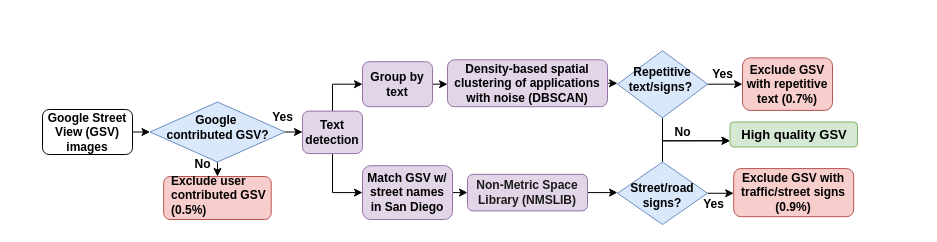
xiaohuiliugis/GoogleVisionAPI_CommunityofMine keeps this draw.io diagram as GSV_image_filtering_3.drawio. Above is the earlier version. Source tidied: cells renumbered, new cells numbered last; positions are measured from the earlier drawing's top-left corner, leaving out a move shared by most shapes. Both pictures are drawn from the tidied source at 100%, with x=0, y=0 at pixel (42, 50).
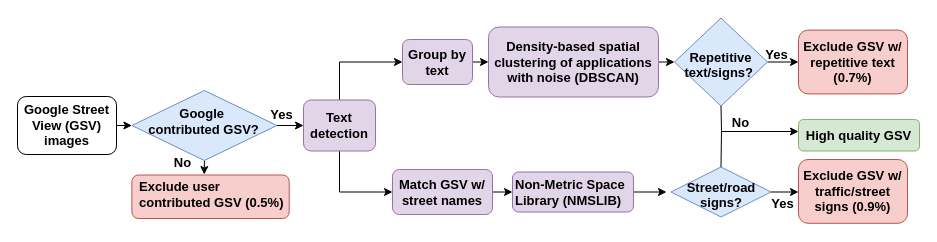
The same diagram, later.

The edit, as a diff of the source:
```diff
@@
-    <mxCell id="2" style="edgeStyle=orthogonalEdgeStyle;rounded=0;jettySize=auto;html=1;exitX=1;exitY=0.5;exitDx=0;exitDy=0;entryX=0;entryY=0.5;entryDx=0;entryDy=0;" parent="1" edge="1" source="3" target="6">
+    <mxCell id="2" style="edgeStyle=orthogonalEdgeStyle;rounded=0;jettySize=auto;html=1;exitX=1;exitY=0.5;exitDx=0;exitDy=0;entryX=0;entryY=0.5;entryDx=0;entryDy=0;fontSize=13;" parent="1" edge="1" source="3" target="6">
       <mxGeometry relative="1" as="geometry" />
     </mxCell>
-    <mxCell id="3" value="&lt;font style=&quot;font-size: 12px&quot;&gt;&lt;span style=&quot;text-align: left&quot;&gt;Google Street View&amp;nbsp;&lt;/span&gt;&lt;span style=&quot;text-align: left&quot;&gt;(GSV)&lt;/span&gt;&lt;span style=&quot;text-align: left&quot;&gt;&lt;br&gt;&amp;nbsp;images&amp;nbsp;&lt;/span&gt;&lt;/font&gt;" style="rounded=1;whiteSpace=wrap;html=1;fontFamily=Helvetica;fontStyle=1;spacing=4;" parent="1" vertex="1">
-      <mxGeometry y="59" width="90" height="45" as="geometry" />
+    <mxCell id="3" value="&lt;span style=&quot;font-size: 13px; text-align: left;&quot;&gt;Google Street View&amp;nbsp;&lt;/span&gt;&lt;span style=&quot;font-size: 13px; text-align: left;&quot;&gt;(GSV)&lt;/span&gt;&lt;span style=&quot;font-size: 13px; text-align: left;&quot;&gt;&lt;br style=&quot;font-size: 13px;&quot;&gt;&amp;nbsp;images&amp;nbsp;&lt;/span&gt;" style="rounded=1;whiteSpace=wrap;html=1;fontFamily=Helvetica;fontStyle=1;spacing=4;fontSize=13;" parent="1" vertex="1">
+      <mxGeometry x="-25" y="46" width="99" height="58" as="geometry" />
     </mxCell>
-    <mxCell id="4" style="edgeStyle=orthogonalEdgeStyle;rounded=0;jettySize=auto;html=1;exitX=0.5;exitY=1;exitDx=0;exitDy=0;entryX=0.5;entryY=0;entryDx=0;entryDy=0;" parent="1" edge="1" source="6" target="7">
-      <mxGeometry relative="1" as="geometry" />
-    </mxCell>
-    <mxCell id="5" style="edgeStyle=orthogonalEdgeStyle;rounded=0;jettySize=auto;html=1;exitX=1;exitY=0.5;exitDx=0;exitDy=0;entryX=0;entryY=0.5;entryDx=0;entryDy=0;" parent="1" edge="1" source="6" target="10">
+    <mxCell id="5" style="edgeStyle=orthogonalEdgeStyle;rounded=0;jettySize=auto;html=1;exitX=1;exitY=0.5;exitDx=0;exitDy=0;entryX=0;entryY=0.5;entryDx=0;entryDy=0;fontSize=13;" parent="1" edge="1" source="6" target="10">
       <mxGeometry relative="1" as="geometry" />
     </mxCell>
+    <mxCell id="33" style="edgeStyle=orthogonalEdgeStyle;rounded=0;jettySize=auto;html=1;exitX=0.5;exitY=1;exitDx=0;exitDy=0;fontSize=13;" parent="1" edge="1" source="6">
+      <mxGeometry relative="1" as="geometry">
+        <mxPoint x="161.7" y="124" as="targetPoint" />
+      </mxGeometry>
+    </mxCell>
-    <mxCell id="6" value="&lt;font style=&quot;font-size: 12px&quot;&gt;Google&amp;nbsp;&lt;br&gt;contributed GSV?&lt;/font&gt;" style="rhombus;whiteSpace=wrap;html=1;spacing=4;labelPosition=center;verticalLabelPosition=middle;align=center;verticalAlign=middle;fillColor=#dae8fc;strokeColor=#6c8ebf;fontFamily=Helvetica;fontStyle=1;spacingBottom=9;" parent="1" vertex="1">
-      <mxGeometry x="107.5" y="51.5" width="135" height="60" as="geometry" />
+    <mxCell id="6" value="Google&amp;nbsp;&lt;br style=&quot;font-size: 13px;&quot;&gt;contributed GSV?" style="rhombus;whiteSpace=wrap;html=1;spacing=4;labelPosition=center;verticalLabelPosition=middle;align=center;verticalAlign=middle;fillColor=#dae8fc;strokeColor=#6c8ebf;fontFamily=Helvetica;fontStyle=1;spacingBottom=9;fontSize=13;" parent="1" vertex="1">
+      <mxGeometry x="89.4" y="40" width="145" height="70" as="geometry" />
     </mxCell>
-    <mxCell id="7" value="&lt;div style=&quot;text-align: left&quot;&gt;&lt;font style=&quot;font-size: 12px&quot;&gt;Exclude user contributed GSV (0.5%)&lt;/font&gt;&lt;/div&gt;" style="rounded=1;whiteSpace=wrap;html=1;fillColor=#f8cecc;strokeColor=#b85450;fontFamily=Helvetica;fontStyle=1;spacingTop=7;spacingBottom=12;spacingLeft=5;spacing=4;" parent="1" vertex="1">
-      <mxGeometry x="121.2" y="126" width="107.5" height="43" as="geometry" />
+    <mxCell id="7" value="&lt;div style=&quot;text-align: left; font-size: 13px;&quot;&gt;&lt;span style=&quot;font-size: 13px;&quot;&gt;&lt;font style=&quot;font-size: 13px;&quot;&gt;Exclude user&amp;nbsp; contributed GSV (0.5%)&lt;/font&gt;&lt;/span&gt;&lt;/div&gt;" style="rounded=1;whiteSpace=wrap;html=1;fillColor=#f8cecc;strokeColor=#b85450;fontFamily=Helvetica;fontStyle=1;spacingTop=7;spacingBottom=12;spacingLeft=5;spacing=4;fontSize=13;" parent="1" vertex="1">
+      <mxGeometry x="89.4" y="124.5" width="157.3" height="43.5" as="geometry" />
     </mxCell>
-    <mxCell id="8" style="edgeStyle=orthogonalEdgeStyle;rounded=0;jettySize=auto;html=1;exitX=0.5;exitY=1;exitDx=0;exitDy=0;entryX=0;entryY=0.5;entryDx=0;entryDy=0;" parent="1" edge="1" source="10" target="28">
-      <mxGeometry relative="1" as="geometry" />
-    </mxCell>
-    <mxCell id="9" style="edgeStyle=orthogonalEdgeStyle;rounded=0;jettySize=auto;html=1;exitX=0.5;exitY=0;exitDx=0;exitDy=0;entryX=0;entryY=0.5;entryDx=0;entryDy=0;" parent="1" edge="1" source="10" target="13">
+    <mxCell id="9" style="edgeStyle=orthogonalEdgeStyle;rounded=0;jettySize=auto;html=1;exitX=0.5;exitY=0;exitDx=0;exitDy=0;entryX=0;entryY=0.5;entryDx=0;entryDy=0;fontSize=13;" parent="1" edge="1" source="10" target="13">
       <mxGeometry relative="1" as="geometry" />
     </mxCell>
+    <mxCell id="34" style="edgeStyle=orthogonalEdgeStyle;rounded=0;jettySize=auto;html=1;exitX=0.5;exitY=1;exitDx=0;exitDy=0;entryX=0;entryY=0.5;entryDx=0;entryDy=0;fontSize=13;" parent="1" edge="1" source="10" target="39">
+      <mxGeometry relative="1" as="geometry" />
+    </mxCell>
-    <mxCell id="10" value="&lt;span style=&quot;text-align: left&quot;&gt;&lt;font style=&quot;font-size: 12px&quot;&gt;Text detection&lt;/font&gt;&lt;/span&gt;" style="rounded=1;whiteSpace=wrap;html=1;fillColor=#e1d5e7;strokeColor=#9673a6;fontFamily=Helvetica;fontStyle=1;spacing=4;" parent="1" vertex="1">
-      <mxGeometry x="260" y="60.6" width="60" height="42.5" as="geometry" />
+    <mxCell id="10" value="&lt;span style=&quot;font-size: 13px; text-align: left;&quot;&gt;Text detection&lt;/span&gt;" style="rounded=1;whiteSpace=wrap;html=1;fillColor=#e1d5e7;strokeColor=#9673a6;fontFamily=Helvetica;fontStyle=1;spacing=4;fontSize=13;" parent="1" vertex="1">
+      <mxGeometry x="261" y="49.5" width="72" height="51" as="geometry" />
     </mxCell>
-    <mxCell id="11" value="Yes" style="text;html=1;align=center;verticalAlign=middle;fontFamily=Helvetica;fontStyle=1;spacing=4;" parent="1" vertex="1">
-      <mxGeometry x="220" y="51.5" width="40" height="30" as="geometry" />
+    <mxCell id="11" value="No" style="text;html=1;align=center;verticalAlign=middle;fontFamily=Helvetica;fontStyle=1;spacing=4;fontSize=13;" parent="1" vertex="1">
+      <mxGeometry x="118" y="95.5" width="44" height="33" as="geometry" />
     </mxCell>
-    <mxCell id="12" style="edgeStyle=orthogonalEdgeStyle;rounded=0;jettySize=auto;html=1;exitX=1;exitY=0.5;exitDx=0;exitDy=0;entryX=0;entryY=0.5;entryDx=0;entryDy=0;" parent="1" edge="1" source="13" target="20">
+    <mxCell id="12" style="edgeStyle=orthogonalEdgeStyle;rounded=0;jettySize=auto;html=1;exitX=1;exitY=0.5;exitDx=0;exitDy=0;entryX=0;entryY=0.5;entryDx=0;entryDy=0;fontSize=13;" parent="1" edge="1" source="13" target="20">
       <mxGeometry relative="1" as="geometry" />
     </mxCell>
-    <mxCell id="13" value="&lt;font style=&quot;font-size: 12px&quot;&gt;Group by text&lt;/font&gt;" style="rounded=1;whiteSpace=wrap;html=1;fillColor=#e1d5e7;strokeColor=#9673a6;fontFamily=Helvetica;fontStyle=1;spacing=4;" parent="1" vertex="1">
-      <mxGeometry x="320" y="11.2" width="70" height="45" as="geometry" />
+    <mxCell id="13" value="&lt;font style=&quot;font-size: 13px;&quot;&gt;&lt;span style=&quot;font-size: 13px;&quot;&gt;Group by text&lt;/span&gt;&lt;/font&gt;" style="rounded=1;whiteSpace=wrap;html=1;fillColor=#e1d5e7;strokeColor=#9673a6;fontFamily=Helvetica;fontStyle=1;spacing=4;fontSize=13;" parent="1" vertex="1">
+      <mxGeometry x="360" y="-11" width="70" height="45" as="geometry" />
     </mxCell>
+    <mxCell id="35" style="edgeStyle=orthogonalEdgeStyle;rounded=0;jettySize=auto;html=1;exitX=1;exitY=0.5;exitDx=0;exitDy=0;fontSize=13;" parent="1" edge="1" source="14">
+      <mxGeometry relative="1" as="geometry">
+        <mxPoint x="624" y="141.5" as="targetPoint" />
+      </mxGeometry>
+    </mxCell>
-    <mxCell id="14" value="&lt;span style=&quot;text-align: left&quot;&gt;&lt;font style=&quot;font-size: 13px&quot;&gt;High quality GSV&lt;/font&gt;&lt;/span&gt;" style="rounded=1;whiteSpace=wrap;html=1;fillColor=#d5e8d4;strokeColor=#82b366;fontFamily=Helvetica;fontStyle=1;spacing=4;" parent="1" vertex="1">
-      <mxGeometry x="687.5" y="71.5" width="127.5" height="25" as="geometry" />
+    <mxCell id="14" value="&lt;div style=&quot;text-align: left; font-size: 13px;&quot;&gt;&lt;span style=&quot;background-color: initial; font-size: 13px;&quot;&gt;Non-Metric Space Library (NMSLIB)&lt;/span&gt;&lt;/div&gt;" style="rounded=1;whiteSpace=wrap;html=1;fillColor=#e1d5e7;strokeColor=#9673a6;fontFamily=Helvetica;fontStyle=1;spacing=4;fontSize=13;" parent="1" vertex="1">
+      <mxGeometry x="470" y="121.5" width="121" height="40" as="geometry" />
     </mxCell>
-    <mxCell id="15" style="edgeStyle=orthogonalEdgeStyle;rounded=0;jettySize=auto;html=1;exitX=1;exitY=0.5;exitDx=0;exitDy=0;entryX=0;entryY=0.5;entryDx=0;entryDy=0;" parent="1" edge="1" source="17" target="18">
-      <mxGeometry relative="1" as="geometry" />
-    </mxCell>
-    <mxCell id="16" style="edgeStyle=orthogonalEdgeStyle;rounded=0;jettySize=auto;html=1;exitX=0.5;exitY=1;exitDx=0;exitDy=0;entryX=0;entryY=0.75;entryDx=0;entryDy=0;" parent="1" edge="1" source="17" target="14">
-      <mxGeometry relative="1" as="geometry" />
-    </mxCell>
-    <mxCell id="17" value="Repetitive text/signs?&amp;nbsp;" style="rhombus;whiteSpace=wrap;html=1;spacing=4;labelPosition=center;verticalLabelPosition=middle;align=center;verticalAlign=middle;fillColor=#dae8fc;strokeColor=#6c8ebf;fontFamily=Helvetica;fontStyle=1;spacingBottom=10;" parent="1" vertex="1">
-      <mxGeometry x="575" y="0.1" width="90" height="67.2" as="geometry" />
-    </mxCell>
-    <mxCell id="18" value="&lt;span style=&quot;text-align: left&quot;&gt;&lt;font style=&quot;font-size: 12px&quot;&gt;Exclude GSV with repetitive text (0.7%)&lt;/font&gt;&lt;/span&gt;" style="rounded=1;whiteSpace=wrap;html=1;fillColor=#f8cecc;strokeColor=#b85450;fontFamily=Helvetica;fontStyle=1;spacing=4;" parent="1" vertex="1">
-      <mxGeometry x="700" y="7.4" width="90" height="52.5" as="geometry" />
+    <mxCell id="18" value="&lt;span style=&quot;text-align: left; font-size: 13px;&quot;&gt;&lt;font style=&quot;font-size: 13px;&quot;&gt;&lt;span style=&quot;font-size: 13px;&quot;&gt;Exclude GSV w/ repetitive text (0.7%)&lt;/span&gt;&lt;/font&gt;&lt;/span&gt;" style="rounded=1;whiteSpace=wrap;html=1;fillColor=#f8cecc;strokeColor=#b85450;fontFamily=Helvetica;fontStyle=1;spacing=4;fontSize=13;" parent="1" vertex="1">
+      <mxGeometry x="756" y="-20.4" width="109" height="63.8" as="geometry" />
     </mxCell>
+    <mxCell id="36" value="No" style="text;html=1;align=center;verticalAlign=middle;fontFamily=Helvetica;fontStyle=1;spacing=4;fontSize=13;" parent="1" vertex="1">
+      <mxGeometry x="676" y="55.5" width="44" height="33" as="geometry" />
+    </mxCell>
-    <mxCell id="19" style="edgeStyle=orthogonalEdgeStyle;rounded=0;jettySize=auto;html=1;exitX=1;exitY=0.5;exitDx=0;exitDy=0;entryX=0;entryY=0.5;entryDx=0;entryDy=0;" parent="1" edge="1" source="20" target="17">
+    <mxCell id="19" style="edgeStyle=orthogonalEdgeStyle;rounded=0;jettySize=auto;html=1;exitX=1;exitY=0.5;exitDx=0;exitDy=0;entryX=0;entryY=0.5;entryDx=0;entryDy=0;fontSize=13;" parent="1" edge="1" source="20" target="17">
       <mxGeometry relative="1" as="geometry" />
     </mxCell>
-    <mxCell id="20" value="&lt;font style=&quot;font-size: 12px&quot;&gt;&lt;span id=&quot;docs-internal-guid-7e072b07-7fff-873d-4432-b9989f86bfab&quot;&gt;&lt;span style=&quot;background-color: transparent ; vertical-align: baseline&quot;&gt;Density-based spatial clustering of applications with noise (&lt;/span&gt;&lt;/span&gt;&lt;span&gt;DBSCAN)&lt;/span&gt;&lt;/font&gt;" style="rounded=1;whiteSpace=wrap;html=1;fillColor=#e1d5e7;strokeColor=#9673a6;fontFamily=Helvetica;fontStyle=1;spacing=4;" parent="1" vertex="1">
-      <mxGeometry x="405" y="9.3" width="160" height="46.9" as="geometry" />
+    <mxCell id="20" value="&lt;span id=&quot;docs-internal-guid-7e072b07-7fff-873d-4432-b9989f86bfab&quot; style=&quot;font-size: 13px;&quot;&gt;&lt;span style=&quot;font-size: 13px; background-color: transparent; vertical-align: baseline;&quot;&gt;Density-based spatial clustering of applications with noise (&lt;/span&gt;&lt;/span&gt;&lt;span style=&quot;font-size: 13px;&quot;&gt;DBSCAN)&lt;/span&gt;" style="rounded=1;whiteSpace=wrap;html=1;fillColor=#e1d5e7;strokeColor=#9673a6;fontFamily=Helvetica;fontStyle=1;spacing=4;fontSize=13;" parent="1" vertex="1">
+      <mxGeometry x="446" y="-23.5" width="170" height="70" as="geometry" />
     </mxCell>
-    <mxCell id="21" style="edgeStyle=orthogonalEdgeStyle;rounded=0;jettySize=auto;html=1;exitX=1;exitY=0.5;exitDx=0;exitDy=0;entryX=0;entryY=0.5;entryDx=0;entryDy=0;" parent="1" edge="1" source="22" target="26">
-      <mxGeometry relative="1" as="geometry" />
-    </mxCell>
-    <mxCell id="22" value="&lt;div&gt;&lt;font style=&quot;font-size: 12px&quot; color=&quot;#1a1a1a&quot;&gt;Non-Metric Space Library (NMSLIB)&lt;/font&gt;&lt;/div&gt;" style="rounded=1;whiteSpace=wrap;html=1;fillColor=#e1d5e7;strokeColor=#9673a6;fontFamily=Helvetica;fontStyle=1;spacing=4;" parent="1" vertex="1">
-      <mxGeometry x="425" y="123.8" width="120" height="36.6" as="geometry" />
-    </mxCell>
-    <mxCell id="23" value="&lt;span style=&quot;text-align: left&quot;&gt;&lt;font style=&quot;font-size: 12px&quot;&gt;Exclude GSV with traffic/street signs (0.9%)&lt;/font&gt;&lt;/span&gt;" style="rounded=1;whiteSpace=wrap;html=1;fillColor=#f8cecc;strokeColor=#b85450;fontFamily=Helvetica;fontStyle=1;spacing=4;" parent="1" vertex="1">
-      <mxGeometry x="691.2" y="118.1" width="120" height="48.1" as="geometry" />
-    </mxCell>
-    <mxCell id="24" style="edgeStyle=orthogonalEdgeStyle;rounded=0;jettySize=auto;html=1;exitX=1;exitY=0.5;exitDx=0;exitDy=0;entryX=0;entryY=0.5;entryDx=0;entryDy=0;" parent="1" edge="1" source="26" target="23">
-      <mxGeometry relative="1" as="geometry" />
-    </mxCell>
-    <mxCell id="25" style="edgeStyle=orthogonalEdgeStyle;rounded=0;jettySize=auto;html=1;exitX=0.5;exitY=0;exitDx=0;exitDy=0;entryX=0;entryY=0.75;entryDx=0;entryDy=0;" parent="1" edge="1" source="26" target="14">
-      <mxGeometry relative="1" as="geometry" />
-    </mxCell>
+    <mxCell id="37" value="Yes" style="text;html=1;align=center;verticalAlign=middle;fontFamily=Helvetica;fontStyle=1;spacing=4;fontSize=13;" parent="1" vertex="1">
+      <mxGeometry x="211" y="47.5" width="55" height="33" as="geometry" />
+    </mxCell>
+    <mxCell id="15" style="edgeStyle=orthogonalEdgeStyle;rounded=0;jettySize=auto;html=1;exitX=1;exitY=0.5;exitDx=0;exitDy=0;entryX=0;entryY=0.5;entryDx=0;entryDy=0;fontSize=13;" parent="1" edge="1" source="17" target="18">
+      <mxGeometry relative="1" as="geometry" />
+    </mxCell>
+    <mxCell id="17" value="&lt;br&gt;Repetitive text/signs?&amp;nbsp;" style="rhombus;whiteSpace=wrap;html=1;spacing=4;labelPosition=center;verticalLabelPosition=middle;align=center;verticalAlign=middle;fillColor=#dae8fc;strokeColor=#6c8ebf;fontFamily=Helvetica;fontStyle=1;spacingBottom=10;fontSize=13;" parent="1" vertex="1">
+      <mxGeometry x="632" y="-32.5" width="93" height="88" as="geometry" />
+    </mxCell>
+    <mxCell id="38" style="edgeStyle=orthogonalEdgeStyle;rounded=0;jettySize=auto;html=1;exitX=1;exitY=0.5;exitDx=0;exitDy=0;entryX=0;entryY=0.5;entryDx=0;entryDy=0;fontSize=13;" parent="1" edge="1" source="39" target="14">
+      <mxGeometry relative="1" as="geometry" />
+    </mxCell>
+    <mxCell id="39" value="&lt;font style=&quot;font-size: 13px;&quot;&gt;&lt;span style=&quot;font-size: 13px;&quot;&gt;Match GSV w/ street names&lt;/span&gt;&lt;/font&gt;" style="rounded=1;whiteSpace=wrap;html=1;fillColor=#e1d5e7;strokeColor=#9673a6;fontFamily=Helvetica;fontStyle=1;spacing=4;fontSize=13;" parent="1" vertex="1">
+      <mxGeometry x="350" y="119" width="100" height="45" as="geometry" />
+    </mxCell>
+    <mxCell id="40" style="edgeStyle=orthogonalEdgeStyle;rounded=0;jettySize=auto;html=1;exitX=1;exitY=0.5;exitDx=0;exitDy=0;entryX=0;entryY=0.5;entryDx=0;entryDy=0;fontSize=13;" parent="1" edge="1" source="26" target="41">
+      <mxGeometry relative="1" as="geometry" />
+    </mxCell>
-    <mxCell id="26" value="&amp;nbsp;&lt;br&gt;Street/road signs?" style="rhombus;whiteSpace=wrap;html=1;spacing=4;labelPosition=center;verticalLabelPosition=middle;align=center;verticalAlign=middle;fillColor=#dae8fc;strokeColor=#6c8ebf;fontFamily=Helvetica;fontStyle=1;spacingBottom=10;" parent="1" vertex="1">
-      <mxGeometry x="575" y="111.5" width="90" height="62.5" as="geometry" />
+    <mxCell id="26" value="&lt;br style=&quot;font-size: 13px;&quot;&gt;Street/road signs?" style="rhombus;whiteSpace=wrap;html=1;spacing=4;labelPosition=center;verticalLabelPosition=middle;align=center;verticalAlign=middle;fillColor=#dae8fc;strokeColor=#6c8ebf;fontFamily=Helvetica;fontStyle=1;spacingBottom=10;fontSize=13;" parent="1" vertex="1">
+      <mxGeometry x="628.5" y="116.5" width="100" height="50" as="geometry" />
     </mxCell>
-    <mxCell id="27" style="edgeStyle=orthogonalEdgeStyle;rounded=0;jettySize=auto;html=1;exitX=1;exitY=0.5;exitDx=0;exitDy=0;entryX=0;entryY=0.5;entryDx=0;entryDy=0;" parent="1" edge="1" source="28" target="22">
-      <mxGeometry relative="1" as="geometry" />
-    </mxCell>
-    <mxCell id="28" value="&lt;font style=&quot;font-size: 12px&quot;&gt;Match GSV w/ street names in San Diego&lt;/font&gt;" style="rounded=1;whiteSpace=wrap;html=1;fillColor=#e1d5e7;strokeColor=#9673a6;fontFamily=Helvetica;fontStyle=1;spacing=4;" parent="1" vertex="1">
-      <mxGeometry x="320" y="115.2" width="90" height="53.8" as="geometry" />
-    </mxCell>
-    <mxCell id="29" value="Yes" style="text;html=1;align=center;verticalAlign=middle;fontFamily=Helvetica;fontStyle=1;spacing=4;" parent="1" vertex="1">
-      <mxGeometry x="660" y="9.3" width="40" height="30" as="geometry" />
-    </mxCell>
-    <mxCell id="30" value="No" style="text;html=1;align=center;verticalAlign=middle;fontFamily=Helvetica;fontStyle=1;spacing=4;" parent="1" vertex="1">
-      <mxGeometry x="140" y="98.5" width="40" height="30" as="geometry" />
-    </mxCell>
-    <mxCell id="31" value="Yes" style="text;html=1;align=center;verticalAlign=middle;fontFamily=Helvetica;fontStyle=1;spacing=4;" parent="1" vertex="1">
-      <mxGeometry x="651.2" y="139" width="40" height="30" as="geometry" />
-    </mxCell>
-    <mxCell id="32" value="No" style="text;html=1;align=center;verticalAlign=middle;fontFamily=Helvetica;fontStyle=1;spacing=4;" parent="1" vertex="1">
-      <mxGeometry x="620" y="67.3" width="40" height="30" as="geometry" />
-    </mxCell>
+    <mxCell id="41" value="&lt;span style=&quot;text-align: left; font-size: 13px;&quot;&gt;&lt;font style=&quot;font-size: 13px;&quot;&gt;&lt;span style=&quot;font-size: 13px;&quot;&gt;Exclude GSV w/ traffic/street signs (0.9%)&lt;/span&gt;&lt;/font&gt;&lt;/span&gt;" style="rounded=1;whiteSpace=wrap;html=1;fillColor=#f8cecc;strokeColor=#b85450;fontFamily=Helvetica;fontStyle=1;spacing=4;fontSize=13;" parent="1" vertex="1">
+      <mxGeometry x="756" y="109" width="109" height="63.8" as="geometry" />
+    </mxCell>
+    <mxCell id="42" style="endArrow=none;html=1;rounded=0;entryX=0.5;entryY=1;entryDx=0;entryDy=0;exitX=0.5;exitY=0;exitDx=0;exitDy=0;fontStyle=1;fontSize=13;" parent="1" edge="1" source="26" target="17">
+      <mxGeometry relative="1" as="geometry">
+        <Array as="points">
+          <mxPoint x="679" y="80" />
+        </Array>
+      </mxGeometry>
+    </mxCell>
+    <mxCell id="43" style="endArrow=classic;html=1;rounded=0;fontSize=13;" parent="1" edge="1">
+      <mxGeometry relative="1" as="geometry">
+        <mxPoint x="679" y="81" as="sourcePoint" />
+        <mxPoint x="756" y="81" as="targetPoint" />
+      </mxGeometry>
+    </mxCell>
+    <mxCell id="44" value="&lt;font style=&quot;font-size: 13px;&quot;&gt;&lt;span style=&quot;font-size: 13px;&quot;&gt;High quality GSV&lt;/span&gt;&lt;/font&gt;" style="rounded=1;whiteSpace=wrap;html=1;fillColor=#d5e8d4;strokeColor=#82b366;fontFamily=Helvetica;fontStyle=1;spacing=4;fontSize=13;" parent="1" vertex="1">
+      <mxGeometry x="756" y="69" width="121" height="31.5" as="geometry" />
+    </mxCell>
+    <mxCell id="45" value="Yes" style="text;html=1;align=center;verticalAlign=middle;fontFamily=Helvetica;fontStyle=1;spacing=4;fontSize=13;" parent="1" vertex="1">
+      <mxGeometry x="706" y="-13" width="55" height="33" as="geometry" />
+    </mxCell>
+    <mxCell id="46" value="Yes" style="text;html=1;align=center;verticalAlign=middle;fontFamily=Helvetica;fontStyle=1;spacing=4;fontSize=13;" parent="1" vertex="1">
+      <mxGeometry x="712" y="136.8" width="55" height="33" as="geometry" />
+    </mxCell>
```
